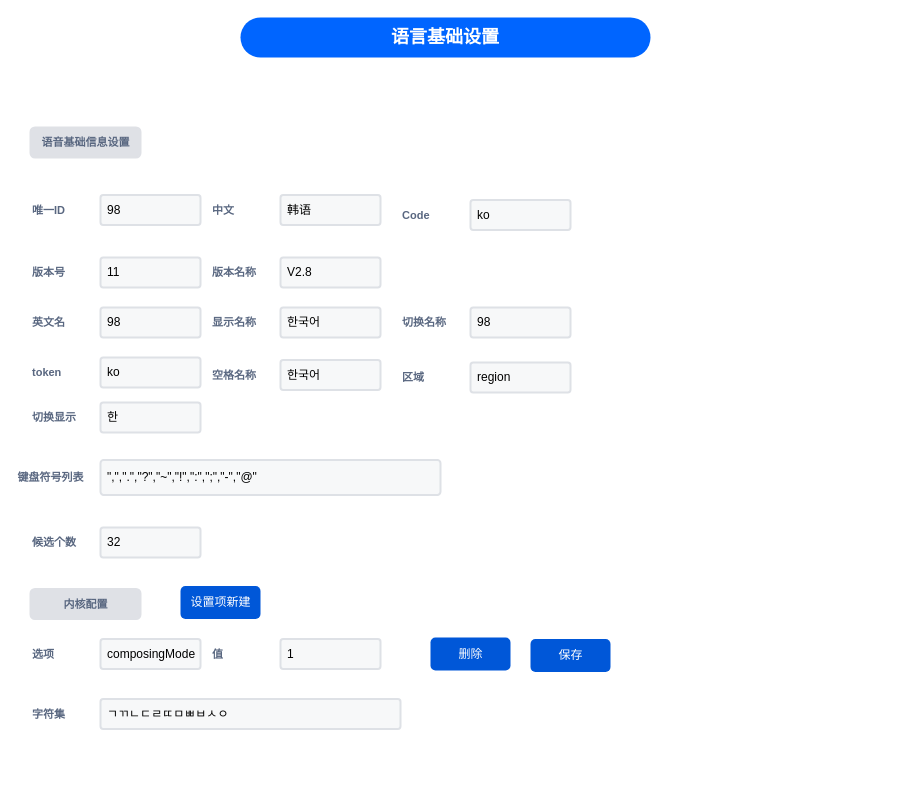
chonglv/charts keeps this draw.io diagram as layout-editor/语言基本信息.drawio. Above is the earlier version. Source tidied: cells renumbered, new cells numbered last; positions are measured from the earlier drawing's top-left corner, leaving out a move shared by most shapes. Both pictures are drawn from the tidied source at 100%, with x=0, y=0 at pixel (20, 17).
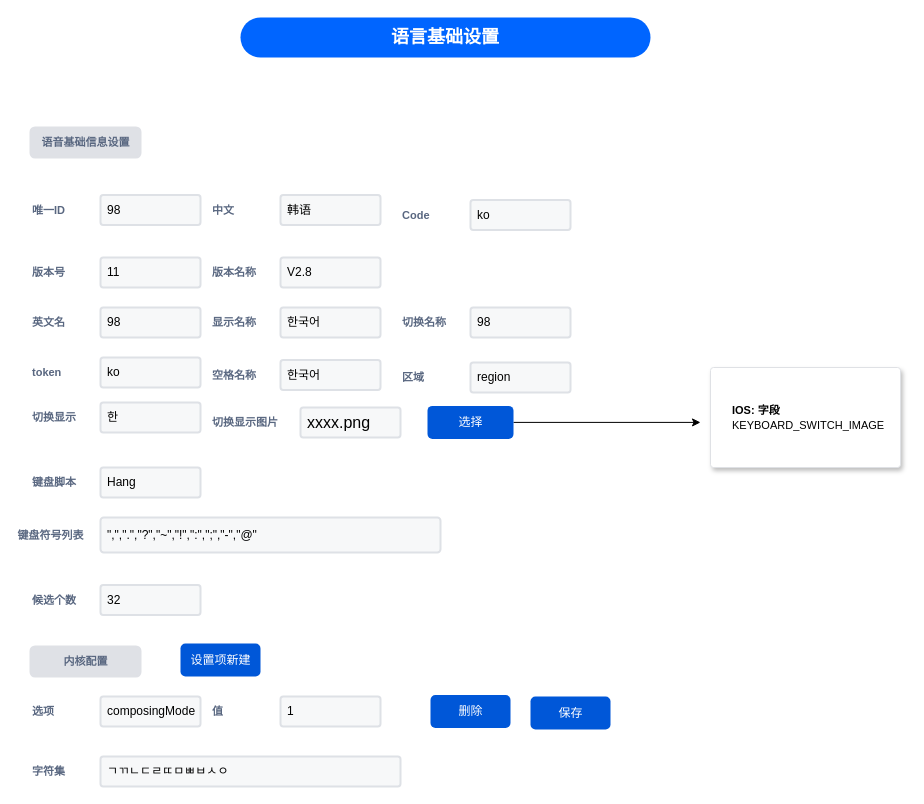
The same page after the edit.

Commit message:
更新语言基本信息.drawio

Diff of the diagram source:
```diff
@@
     <mxCell id="12" value="选项" style="fillColor=none;strokeColor=none;html=1;fontSize=11;fontStyle=0;align=left;fontColor=#596780;fontStyle=1;fontSize=11;" parent="1" vertex="1">
-      <mxGeometry x="10" y="626.5" width="60" height="20" as="geometry" />
+      <mxGeometry x="10" y="684" width="60" height="20" as="geometry" />
     </mxCell>
     <mxCell id="13" value="composingMode" style="rounded=1;arcSize=9;fillColor=#F7F8F9;align=left;spacingLeft=5;strokeColor=#DEE1E6;html=1;strokeWidth=2;fontSize=12;" parent="1" vertex="1">
-      <mxGeometry x="80" y="621.5" width="100" height="30" as="geometry" />
+      <mxGeometry x="80" y="679" width="100" height="30" as="geometry" />
     </mxCell>
@@
     <mxCell id="22" value="候选个数" style="fillColor=none;strokeColor=none;html=1;fontSize=11;fontStyle=0;align=left;fontColor=#596780;fontStyle=1;fontSize=11;" parent="1" vertex="1">
-      <mxGeometry x="10" y="515" width="60" height="20" as="geometry" />
+      <mxGeometry x="10" y="572.5" width="60" height="20" as="geometry" />
     </mxCell>
     <mxCell id="23" value="32" style="rounded=1;arcSize=9;fillColor=#F7F8F9;align=left;spacingLeft=5;strokeColor=#DEE1E6;html=1;strokeWidth=2;fontSize=12;" parent="1" vertex="1">
-      <mxGeometry x="80" y="510" width="100" height="30" as="geometry" />
+      <mxGeometry x="80" y="567.5" width="100" height="30" as="geometry" />
     </mxCell>
     <mxCell id="24" value="字符集" style="fillColor=none;strokeColor=none;html=1;fontSize=11;fontStyle=0;align=left;fontColor=#596780;fontStyle=1;fontSize=11;" parent="1" vertex="1">
-      <mxGeometry x="10" y="686.5" width="60" height="20" as="geometry" />
+      <mxGeometry x="10" y="744" width="60" height="20" as="geometry" />
     </mxCell>
     <mxCell id="25" value="ㄱㄲㄴㄷㄹㄸㅁㅃㅂㅅㅇ" style="rounded=1;arcSize=9;fillColor=#F7F8F9;align=left;spacingLeft=5;strokeColor=#DEE1E6;html=1;strokeWidth=2;fontSize=12;" parent="1" vertex="1">
-      <mxGeometry x="80" y="681.5" width="300" height="30" as="geometry" />
+      <mxGeometry x="80" y="739" width="300" height="30" as="geometry" />
     </mxCell>
@@
     <mxCell id="32" value="&lt;span style=&quot;color: rgb(89 , 103 , 128) ; font-size: 11px ; text-align: left&quot;&gt;内核配置&lt;/span&gt;" style="dashed=0;html=1;rounded=1;fillColor=#DFE1E6;strokeColor=#DFE1E6;fontSize=12;align=center;fontStyle=1;strokeWidth=2;fontColor=#42526E;" parent="1" vertex="1">
-      <mxGeometry x="10" y="571.5" width="110" height="30" as="geometry" />
+      <mxGeometry x="10" y="629" width="110" height="30" as="geometry" />
     </mxCell>
     <mxCell id="33" value="设置项新建" style="rounded=1;fillColor=#0057D8;align=center;strokeColor=none;html=1;fontColor=#ffffff;fontSize=12;" parent="1" vertex="1">
-      <mxGeometry x="160" y="568.5" width="80" height="33" as="geometry" />
+      <mxGeometry x="160" y="626" width="80" height="33" as="geometry" />
     </mxCell>
     <mxCell id="34" value="值" style="fillColor=none;strokeColor=none;html=1;fontSize=11;fontStyle=0;align=left;fontColor=#596780;fontStyle=1;fontSize=11;" parent="1" vertex="1">
-      <mxGeometry x="190" y="626.5" width="60" height="20" as="geometry" />
+      <mxGeometry x="190" y="684" width="60" height="20" as="geometry" />
     </mxCell>
     <mxCell id="35" value="1" style="rounded=1;arcSize=9;fillColor=#F7F8F9;align=left;spacingLeft=5;strokeColor=#DEE1E6;html=1;strokeWidth=2;fontSize=12;" parent="1" vertex="1">
-      <mxGeometry x="260" y="621.5" width="100" height="30" as="geometry" />
+      <mxGeometry x="260" y="679" width="100" height="30" as="geometry" />
     </mxCell>
     <mxCell id="36" value="删除" style="rounded=1;fillColor=#0057D8;align=center;strokeColor=none;html=1;fontColor=#ffffff;fontSize=12;" parent="1" vertex="1">
-      <mxGeometry x="410" y="620" width="80" height="33" as="geometry" />
+      <mxGeometry x="410" y="677.5" width="80" height="33" as="geometry" />
     </mxCell>
     <mxCell id="37" value="保存" style="rounded=1;fillColor=#0057D8;align=center;strokeColor=none;html=1;fontColor=#ffffff;fontSize=12;" parent="1" vertex="1">
-      <mxGeometry x="510" y="621.5" width="80" height="33" as="geometry" />
+      <mxGeometry x="510" y="679" width="80" height="33" as="geometry" />
     </mxCell>
@@
     <mxCell id="40" value="键盘符号列表" style="fillColor=none;strokeColor=none;html=1;fontSize=11;fontStyle=0;align=center;fontColor=#596780;fontStyle=1;fontSize=11;" parent="1" vertex="1">
-      <mxGeometry y="450" width="60" height="20" as="geometry" />
+      <mxGeometry y="507.5" width="60" height="20" as="geometry" />
     </mxCell>
     <mxCell id="41" value="&quot;,&quot;,&quot;.&quot;,&quot;?&quot;,&quot;~&quot;,&quot;!&quot;,&quot;:&quot;,&quot;;&quot;,&quot;-&quot;,&quot;@&quot;" style="rounded=1;arcSize=9;fillColor=#F7F8F9;align=left;spacingLeft=5;strokeColor=#DEE1E6;html=1;strokeWidth=2;fontSize=12;" parent="1" vertex="1">
-      <mxGeometry x="80" y="442.5" width="340" height="35" as="geometry" />
+      <mxGeometry x="80" y="500" width="340" height="35" as="geometry" />
     </mxCell>
+    <mxCell id="42" value="切换显示图片" style="fillColor=none;strokeColor=none;html=1;fontSize=11;fontStyle=0;align=left;fontColor=#596780;fontStyle=1;fontSize=11;" parent="1" vertex="1">
+      <mxGeometry x="190" y="395" width="60" height="20" as="geometry" />
+    </mxCell>
+    <mxCell id="43" value="&lt;span lang=&quot;EN-US&quot; style=&quot;font-size: 12.0pt&quot;&gt;xxxx.png&lt;/span&gt;" style="rounded=1;arcSize=9;fillColor=#F7F8F9;align=left;spacingLeft=5;strokeColor=#DEE1E6;html=1;strokeWidth=2;fontSize=12;" parent="1" vertex="1">
+      <mxGeometry x="280" y="390" width="100" height="30" as="geometry" />
+    </mxCell>
+    <mxCell id="44" style="edgeStyle=orthogonalEdgeStyle;rounded=0;jettySize=auto;html=1;" parent="1" edge="1" source="45">
+      <mxGeometry relative="1" as="geometry">
+        <mxPoint x="680" y="404.9" as="targetPoint" />
+      </mxGeometry>
+    </mxCell>
+    <mxCell id="45" value="选择" style="rounded=1;fillColor=#0057D8;align=center;strokeColor=none;html=1;fontColor=#ffffff;fontSize=12;" parent="1" vertex="1">
+      <mxGeometry x="407" y="388.4" width="86" height="33" as="geometry" />
+    </mxCell>
+    <mxCell id="46" value="&lt;font style=&quot;font-size: 11px&quot;&gt;&lt;b&gt;IOS: 字段&lt;br&gt;&lt;/b&gt;&lt;span lang=&quot;EN-US&quot;&gt;KEYBOARD_SWITCH_IMAGE&lt;/span&gt;&lt;/font&gt;&lt;b&gt;&lt;br&gt;&lt;/b&gt;" style="rounded=1;arcSize=3;fillColor=#ffffff;strokeColor=#DFE1E5;strokeWidth=1;shadow=1;align=left;html=1;whiteSpace=wrap;spacingLeft=20;spacingRight=20;fontSize=12;" parent="1" vertex="1">
+      <mxGeometry x="690" y="350" width="190" height="100" as="geometry" />
+    </mxCell>
+    <mxCell id="47" value="键盘脚本" style="fillColor=none;strokeColor=none;html=1;fontSize=11;fontStyle=0;align=left;fontColor=#596780;fontStyle=1;fontSize=11;" parent="1" vertex="1">
+      <mxGeometry x="10" y="455" width="60" height="20" as="geometry" />
+    </mxCell>
+    <mxCell id="48" value="Hang" style="rounded=1;arcSize=9;fillColor=#F7F8F9;align=left;spacingLeft=5;strokeColor=#DEE1E6;html=1;strokeWidth=2;fontSize=12;" parent="1" vertex="1">
+      <mxGeometry x="80" y="450" width="100" height="30" as="geometry" />
+    </mxCell>
```
